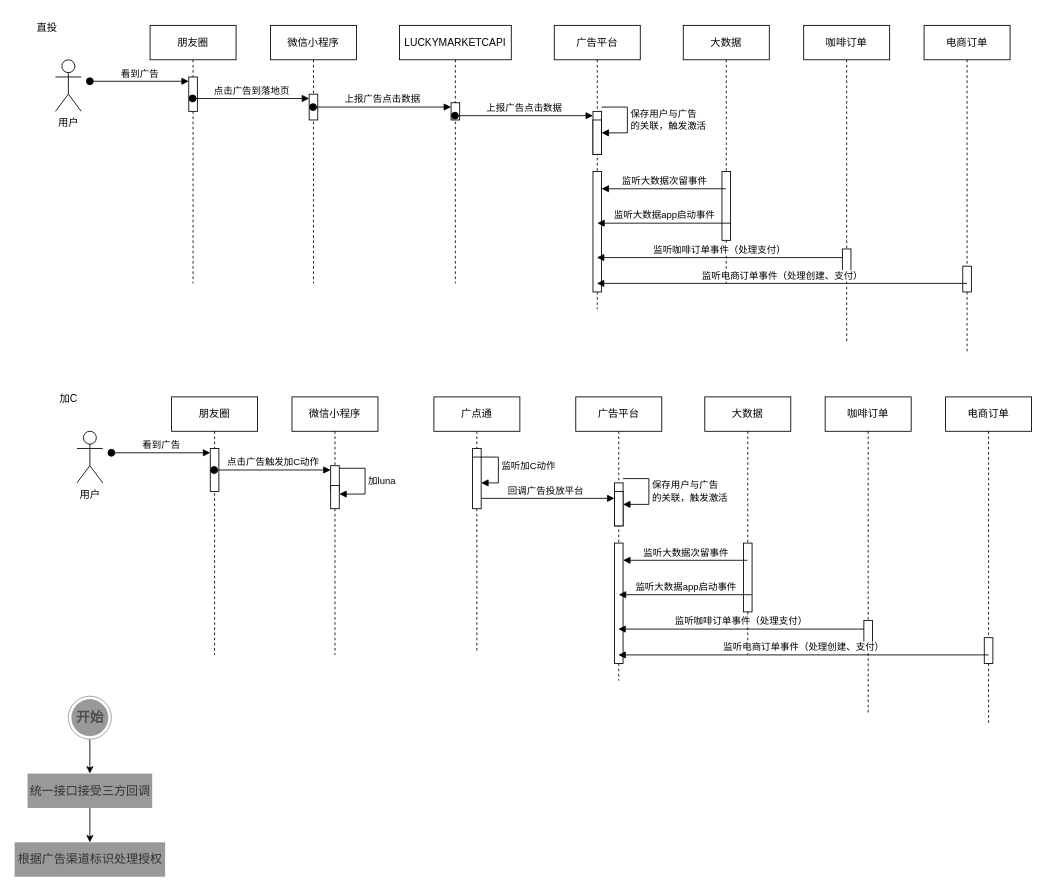
y13513867074/draw keeps this draw.io diagram as page "广告流量来源" (14 of 16) of src/draw/广告投放系统.drawio. Above is the earlier version. Source tidied: cells renumbered, new cells numbered last; positions are measured from the earlier drawing's top-left corner, leaving out a move shared by most shapes. Both pictures are drawn from the tidied source at 86%, with x=0, y=0 at pixel (14, 15).
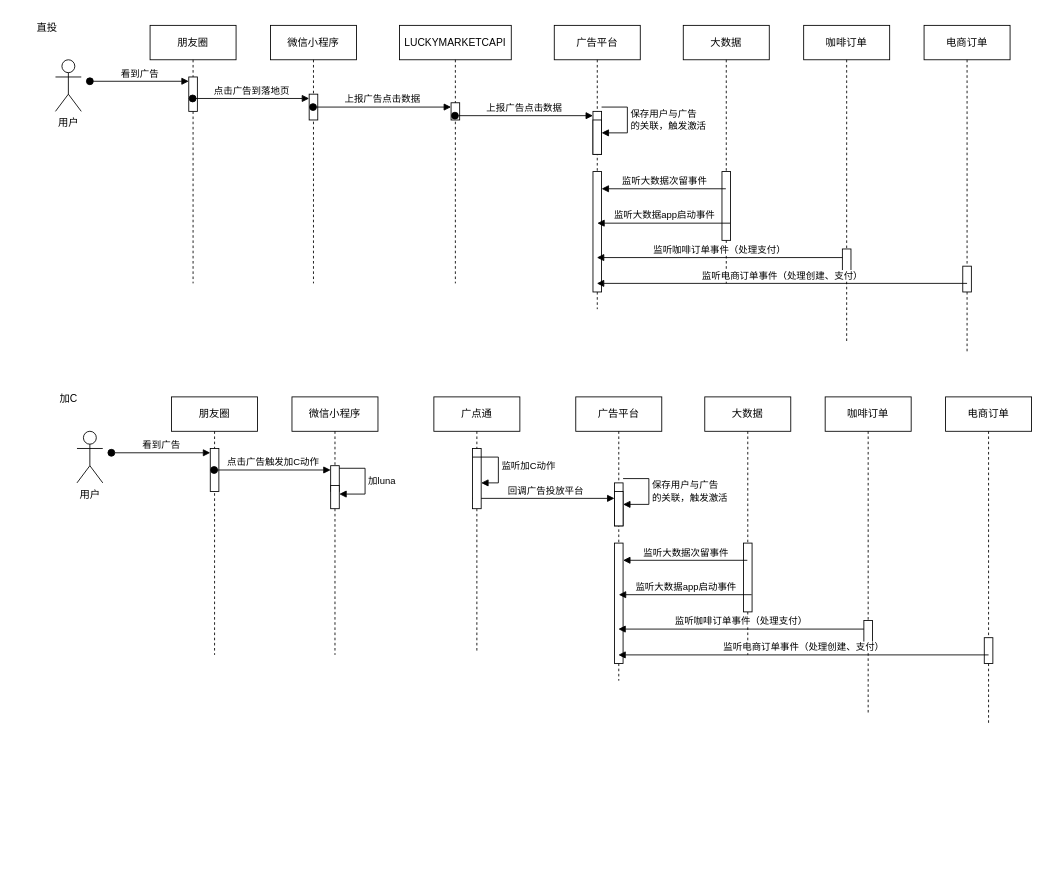
After the change.

Change to the diagram source:
```diff
@@
-    <mxCell id="58" style="edgeStyle=orthogonalEdgeStyle;rounded=0;jettySize=auto;html=1;exitX=0.5;exitY=1;exitDx=0;exitDy=0;" parent="1" edge="1" source="59" target="61">
-      <mxGeometry relative="1" as="geometry" />
-    </mxCell>
-    <mxCell id="59" value="开始" style="ellipse;html=1;shape=endState;fillColor=strokeColor;rounded=1;shadow=0;sketch=0;strokeColor=#999999;strokeWidth=1;fontFamily=Helvetica;fontSize=16;fontColor=#4D4D4D;fontStyle=1;" parent="1" vertex="1">
-      <mxGeometry x="63" y="792" width="50" height="50" as="geometry" />
-    </mxCell>
-    <mxCell id="60" style="edgeStyle=orthogonalEdgeStyle;rounded=0;jettySize=auto;html=1;" parent="1" edge="1" source="61" target="62">
-      <mxGeometry relative="1" as="geometry" />
-    </mxCell>
-    <mxCell id="61" value="统一接口接受三方回调" style="html=1;rounded=0;shadow=0;glass=0;labelBorderColor=none;strokeColor=none;fontFamily=Helvetica;fontSize=14;fontColor=#333333;startSize=23;fillColor=#999999;arcSize=8;strokeWidth=1;flipV=1;flipH=1;sketch=0;" parent="1" vertex="1">
-      <mxGeometry x="15.5" y="882" width="145" height="40" as="geometry" />
-    </mxCell>
-    <mxCell id="62" value="根据广告渠道标识处理授权" style="html=1;rounded=0;shadow=0;glass=0;labelBorderColor=none;strokeColor=none;fontFamily=Helvetica;fontSize=14;fontColor=#333333;startSize=23;fillColor=#999999;arcSize=8;strokeWidth=1;flipV=1;flipH=1;sketch=0;" parent="1" vertex="1">
-      <mxGeometry x="0.5" y="962" width="175" height="40" as="geometry" />
-    </mxCell>
```
